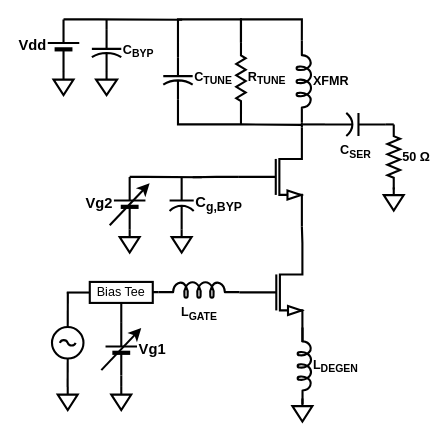
Above: LNA.drawio in vik-s/rftools (draw.io), before the change. Source tidied: cells renumbered, new cells numbered last; positions are measured from the earlier drawing's top-left corner, leaving out a move shared by most shapes. Both pictures are drawn from the tidied source at 105%, with x=0, y=0 at pixel (47, 19).
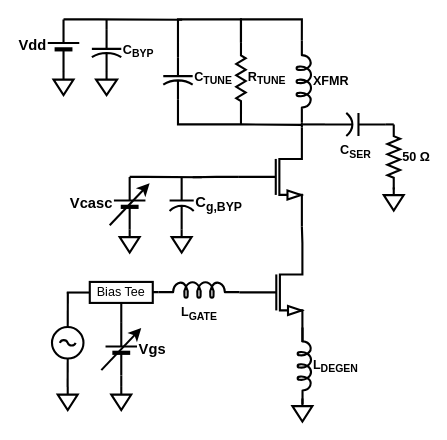
The same page after the edit.

Change to the diagram source:
```diff
@@
-    <mxCell id="25" value="Vg2" style="verticalLabelPosition=middle;shadow=0;dashed=0;align=right;fillColor=#000000;strokeColor=#000000;html=1;verticalAlign=middle;strokeWidth=2;shape=mxgraph.electrical.miscellaneous.monocell_battery;direction=north;fontSize=14;labelPosition=left;fontStyle=1;" parent="1" vertex="1">
+    <mxCell id="25" value="Vcasc" style="verticalLabelPosition=middle;shadow=0;dashed=0;align=right;fillColor=#000000;strokeColor=#000000;html=1;verticalAlign=middle;strokeWidth=2;shape=mxgraph.electrical.miscellaneous.monocell_battery;direction=north;fontSize=14;labelPosition=left;fontStyle=1;" parent="1" vertex="1">
       <mxGeometry x="63" y="150" width="30" height="50" as="geometry" />
     </mxCell>
@@
-    <mxCell id="34" value="Vg1" style="verticalLabelPosition=middle;shadow=0;dashed=0;align=left;fillColor=#000000;strokeColor=#000000;html=1;verticalAlign=middle;strokeWidth=2;shape=mxgraph.electrical.miscellaneous.monocell_battery;direction=north;fontSize=14;labelPosition=right;fontStyle=1;" parent="1" vertex="1">
+    <mxCell id="34" value="Vgs" style="verticalLabelPosition=middle;shadow=0;dashed=0;align=left;fillColor=#000000;strokeColor=#000000;html=1;verticalAlign=middle;strokeWidth=2;shape=mxgraph.electrical.miscellaneous.monocell_battery;direction=north;fontSize=14;labelPosition=right;fontStyle=1;" parent="1" vertex="1">
       <mxGeometry x="55" y="289" width="30" height="50" as="geometry" />
     </mxCell>
```
